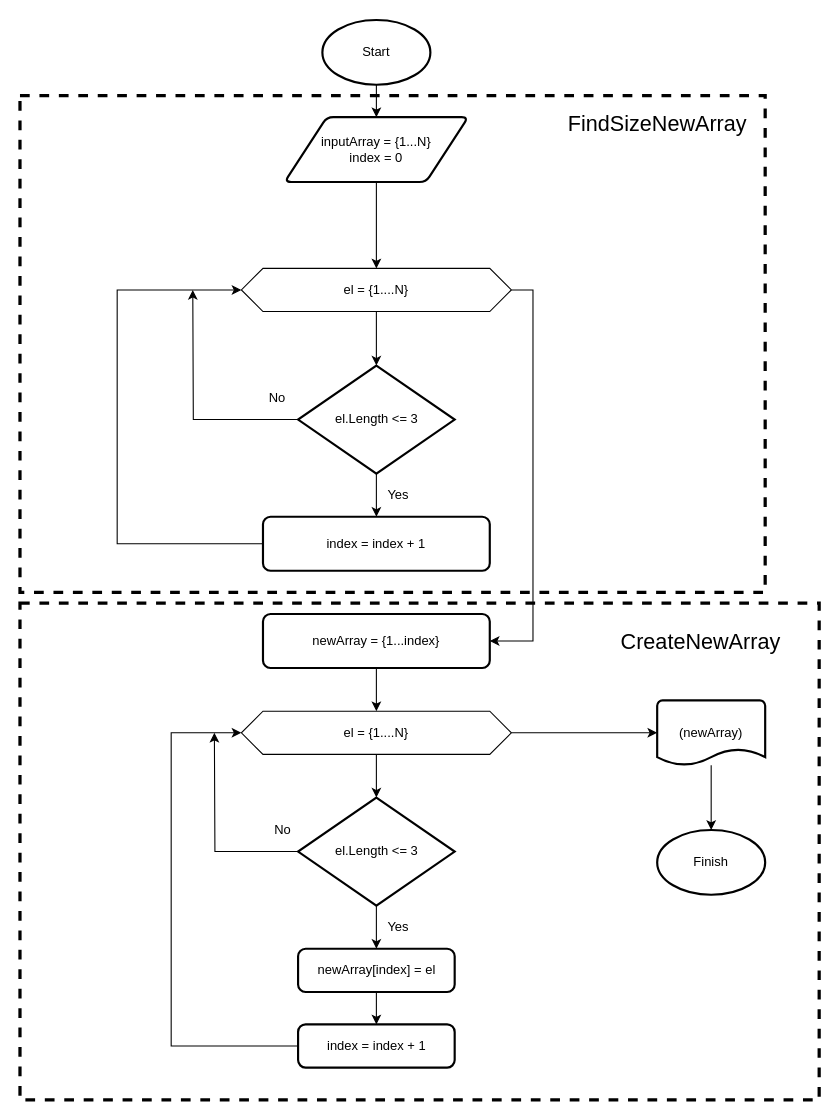
Before: Algorithm.drawio in ybezukladnikov/Verification_Work, a draw.io diagram. Source tidied: cells renumbered, new cells numbered last; positions are measured from the earlier drawing's top-left corner, leaving out a move shared by most shapes. Both pictures are drawn from the tidied source at 108%, with x=0, y=0 at pixel (19, 19).
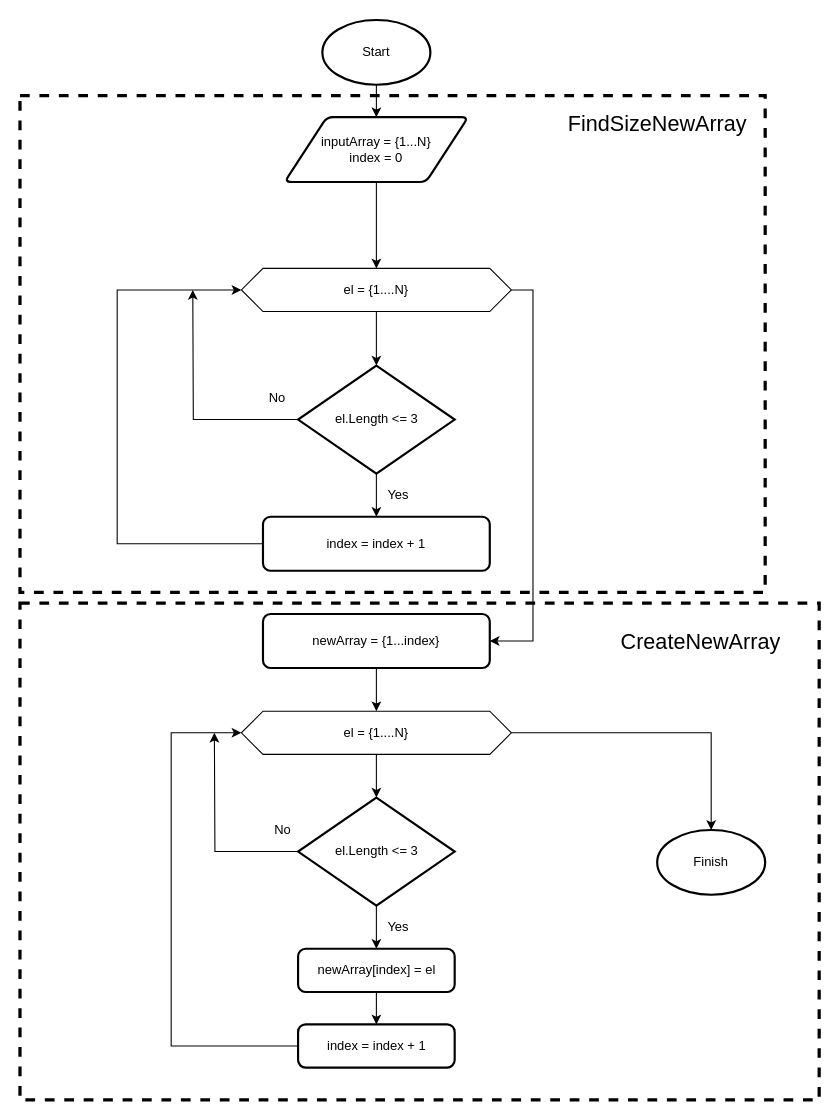
The same page after the edit.

Unchanged cells that the change refers to:
```xml
<mxCell id="20" value="el = {1....N}" style="shape=hexagon;perimeter=hexagonPerimeter2;whiteSpace=wrap;html=1;fixedSize=1;" parent="1" vertex="1">
  <mxGeometry x="205" y="640" width="250" height="40" as="geometry" />
</mxCell>
<mxCell id="32" value="Finish" style="strokeWidth=2;html=1;shape=mxgraph.flowchart.start_1;whiteSpace=wrap;" parent="1" vertex="1">
  <mxGeometry x="590" y="750" width="100" height="60" as="geometry" />
</mxCell>
```

What changed in the source:
```diff
@@
-    <mxCell id="19" style="edgeStyle=orthogonalEdgeStyle;rounded=0;jettySize=auto;html=1;" parent="1" edge="1" source="20" target="31">
-      <mxGeometry relative="1" as="geometry" />
-    </mxCell>
+    <mxCell id="37" style="edgeStyle=orthogonalEdgeStyle;rounded=0;jettySize=auto;html=1;entryX=0.5;entryY=0;entryDx=0;entryDy=0;entryPerimeter=0;" parent="1" edge="1" source="20" target="32">
+      <mxGeometry relative="1" as="geometry" />
+    </mxCell>
@@
-    <mxCell id="30" style="edgeStyle=orthogonalEdgeStyle;rounded=0;jettySize=auto;html=1;" parent="1" edge="1" source="31" target="32">
-      <mxGeometry relative="1" as="geometry" />
-    </mxCell>
-    <mxCell id="31" value="(newArray)" style="strokeWidth=2;html=1;shape=mxgraph.flowchart.document2;whiteSpace=wrap;size=0.25;" parent="1" vertex="1">
-      <mxGeometry x="590" y="630" width="100" height="60" as="geometry" />
-    </mxCell>
```
